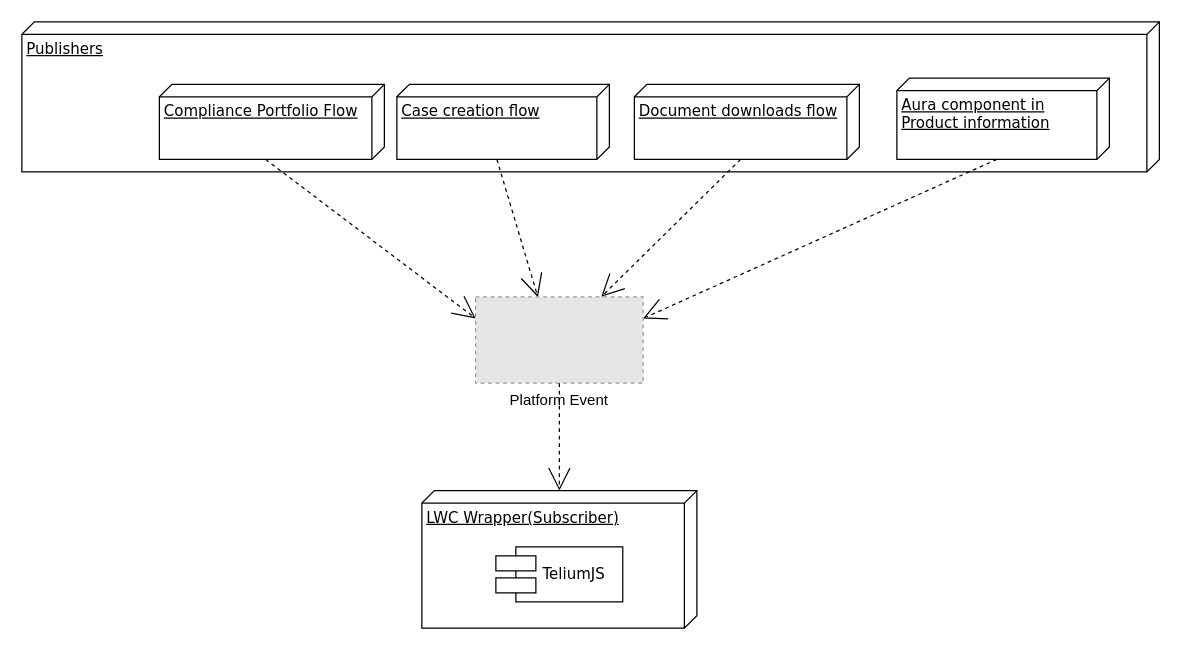
This is Untitled Diagram.drawio from krukmat/Buddysearcher, a draw.io file, before an edit. Source tidied: cells renumbered, new cells numbered last; positions are measured from the earlier drawing's top-left corner, leaving out a move shared by most shapes. Both pictures are drawn from the tidied source at 125%, with x=0, y=0 at pixel (21, 21). Pictures stored in the file or linked from it are replaced by grey dashed boxes.
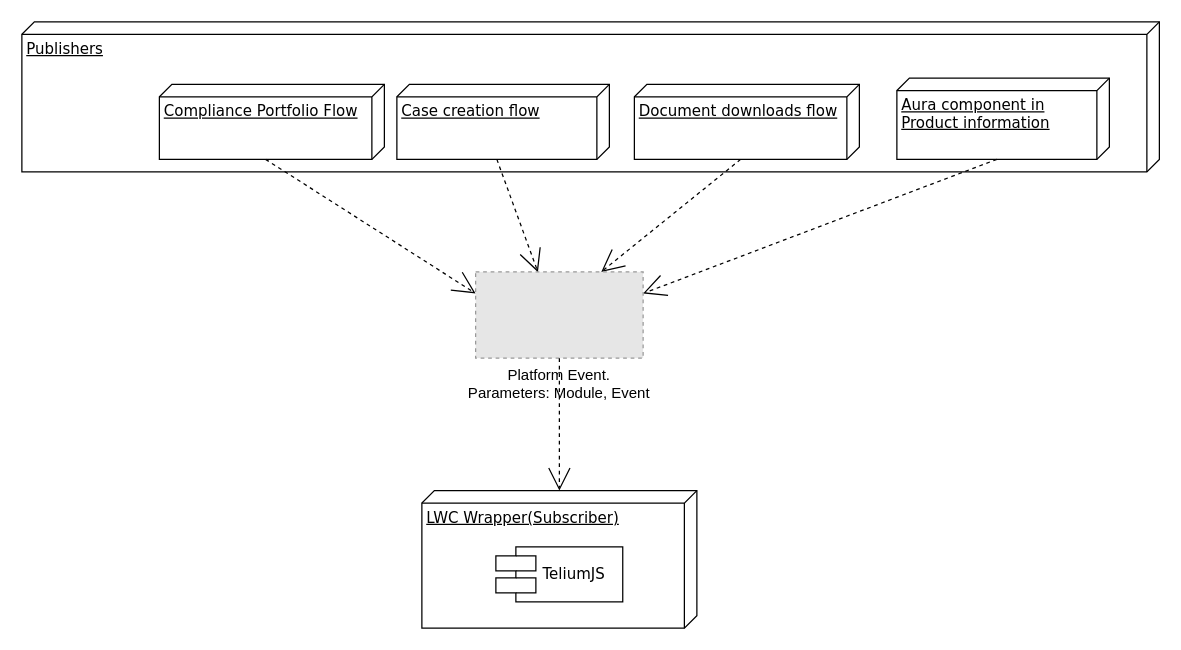
The same diagram, later.

What changed in the source:
```diff
@@
 <mxGraphModel background="#ffffff">
   <root>
     <mxCell id="0" />
     <mxCell id="1" parent="0" />
     <mxCell id="2" value="Publishers" style="verticalAlign=top;align=left;spacingTop=8;spacingLeft=2;spacingRight=12;shape=cube;size=10;direction=south;fontStyle=4;html=1;rounded=0;shadow=0;comic=0;labelBackgroundColor=none;strokeWidth=1;fontFamily=Verdana;fontSize=12;" parent="1" vertex="1">
       <mxGeometry width="910" height="120" as="geometry" />
     </mxCell>
     <mxCell id="3" value="Compliance Portfolio Flow" style="verticalAlign=top;align=left;spacingTop=8;spacingLeft=2;spacingRight=12;shape=cube;size=10;direction=south;fontStyle=4;html=1;rounded=0;shadow=0;comic=0;labelBackgroundColor=none;strokeWidth=1;fontFamily=Verdana;fontSize=12;" parent="1" vertex="1">
       <mxGeometry x="110" y="50" width="180" height="60" as="geometry" />
     </mxCell>
     <mxCell id="4" value="Case creation flow" style="verticalAlign=top;align=left;spacingTop=8;spacingLeft=2;spacingRight=12;shape=cube;size=10;direction=south;fontStyle=4;html=1;rounded=0;shadow=0;comic=0;labelBackgroundColor=none;strokeWidth=1;fontFamily=Verdana;fontSize=12;" parent="1" vertex="1">
       <mxGeometry x="300" y="50" width="170" height="60" as="geometry" />
     </mxCell>
     <mxCell id="5" style="edgeStyle=none;rounded=0;html=1;dashed=1;labelBackgroundColor=none;startArrow=none;startFill=0;startSize=8;endArrow=open;endFill=0;endSize=16;fontFamily=Verdana;fontSize=12;exitX=0;exitY=0;exitDx=60;exitDy=95;exitPerimeter=0;entryX=0.75;entryY=0;entryDx=0;entryDy=0;" parent="1" edge="1" source="6" target="14">
       <mxGeometry relative="1" as="geometry" />
     </mxCell>
     <mxCell id="6" value="Document downloads flow" style="verticalAlign=top;align=left;spacingTop=8;spacingLeft=2;spacingRight=12;shape=cube;size=10;direction=south;fontStyle=4;html=1;rounded=0;shadow=0;comic=0;labelBackgroundColor=none;strokeWidth=1;fontFamily=Verdana;fontSize=12;" parent="1" vertex="1">
       <mxGeometry x="490" y="50" width="180" height="60" as="geometry" />
     </mxCell>
     <mxCell id="7" style="edgeStyle=none;rounded=0;html=1;dashed=1;labelBackgroundColor=none;startArrow=none;startFill=0;startSize=8;endArrow=open;endFill=0;endSize=16;fontFamily=Verdana;fontSize=12;exitX=0;exitY=0;exitDx=60;exitDy=90;exitPerimeter=0;entryX=0.372;entryY=0.003;entryDx=0;entryDy=0;entryPerimeter=0;" parent="1" edge="1" source="4" target="14">
       <mxGeometry relative="1" as="geometry" />
     </mxCell>
     <mxCell id="8" style="edgeStyle=none;rounded=0;html=1;dashed=1;labelBackgroundColor=none;startArrow=none;startFill=0;startSize=8;endArrow=open;endFill=0;endSize=16;fontFamily=Verdana;fontSize=12;exitX=0;exitY=0;exitDx=60;exitDy=95;exitPerimeter=0;entryX=0;entryY=0.25;entryDx=0;entryDy=0;" parent="1" edge="1" source="3" target="14">
       <mxGeometry relative="1" as="geometry" />
     </mxCell>
     <mxCell id="9" style="group;" parent="1" vertex="1">
       <mxGeometry x="320" y="375" width="220" height="110" as="geometry" />
     </mxCell>
     <mxCell id="10" value="LWC Wrapper(Subscriber)" style="verticalAlign=top;align=left;spacingTop=8;spacingLeft=2;spacingRight=12;shape=cube;size=10;direction=south;fontStyle=4;html=1;rounded=0;shadow=0;comic=0;labelBackgroundColor=none;strokeWidth=1;fontFamily=Verdana;fontSize=12;" parent="9" vertex="1">
       <mxGeometry width="220" height="110" as="geometry" />
     </mxCell>
     <mxCell id="11" value="TeliumJS" style="shape=component;align=left;spacingLeft=36;rounded=0;shadow=0;comic=0;labelBackgroundColor=none;strokeWidth=1;fontFamily=Verdana;fontSize=12;html=1;" parent="9" vertex="1">
       <mxGeometry x="59.2" y="45" width="101.5" height="44" as="geometry" />
     </mxCell>
     <mxCell id="12" value="Aura component in &lt;br&gt;Product information" style="verticalAlign=top;align=left;spacingTop=8;spacingLeft=2;spacingRight=12;shape=cube;size=10;direction=south;fontStyle=4;html=1;rounded=0;shadow=0;comic=0;labelBackgroundColor=none;strokeWidth=1;fontFamily=Verdana;fontSize=12;" parent="1" vertex="1">
       <mxGeometry x="700" y="45" width="170" height="65" as="geometry" />
     </mxCell>
     <mxCell id="13" style="edgeStyle=none;rounded=0;html=1;dashed=1;labelBackgroundColor=none;startArrow=none;startFill=0;startSize=8;endArrow=open;endFill=0;endSize=16;fontFamily=Verdana;fontSize=12;exitX=0;exitY=0;exitDx=65;exitDy=90;exitPerimeter=0;entryX=1;entryY=0.25;entryDx=0;entryDy=0;" parent="1" edge="1" source="12" target="14">
       <mxGeometry relative="1" as="geometry" />
     </mxCell>
-    <mxCell id="14" value="Platform Event" style="fillColor=#E6E6E6;strokeColor=#999999;dashed=1;verticalLabelPosition=bottom;labelBackgroundColor=#ffffff;verticalAlign=top;" parent="1" vertex="1">
-      <mxGeometry x="363" y="220" width="134" height="69" as="geometry" />
+    <mxCell id="14" value="Platform Event.&#10;Parameters: Module, Event" style="fillColor=#E6E6E6;strokeColor=#999999;dashed=1;verticalLabelPosition=bottom;labelBackgroundColor=#ffffff;verticalAlign=top;" parent="1" vertex="1">
+      <mxGeometry x="363" y="200" width="134" height="69" as="geometry" />
     </mxCell>
     <mxCell id="15" style="edgeStyle=none;rounded=0;html=1;dashed=1;labelBackgroundColor=none;startArrow=none;startFill=0;startSize=8;endArrow=open;endFill=0;endSize=16;fontFamily=Verdana;fontSize=12;exitX=0.5;exitY=1;exitDx=0;exitDy=0;" parent="1" edge="1" source="14" target="10">
       <mxGeometry relative="1" as="geometry" />
     </mxCell>
   </root>
 </mxGraphModel>
```
